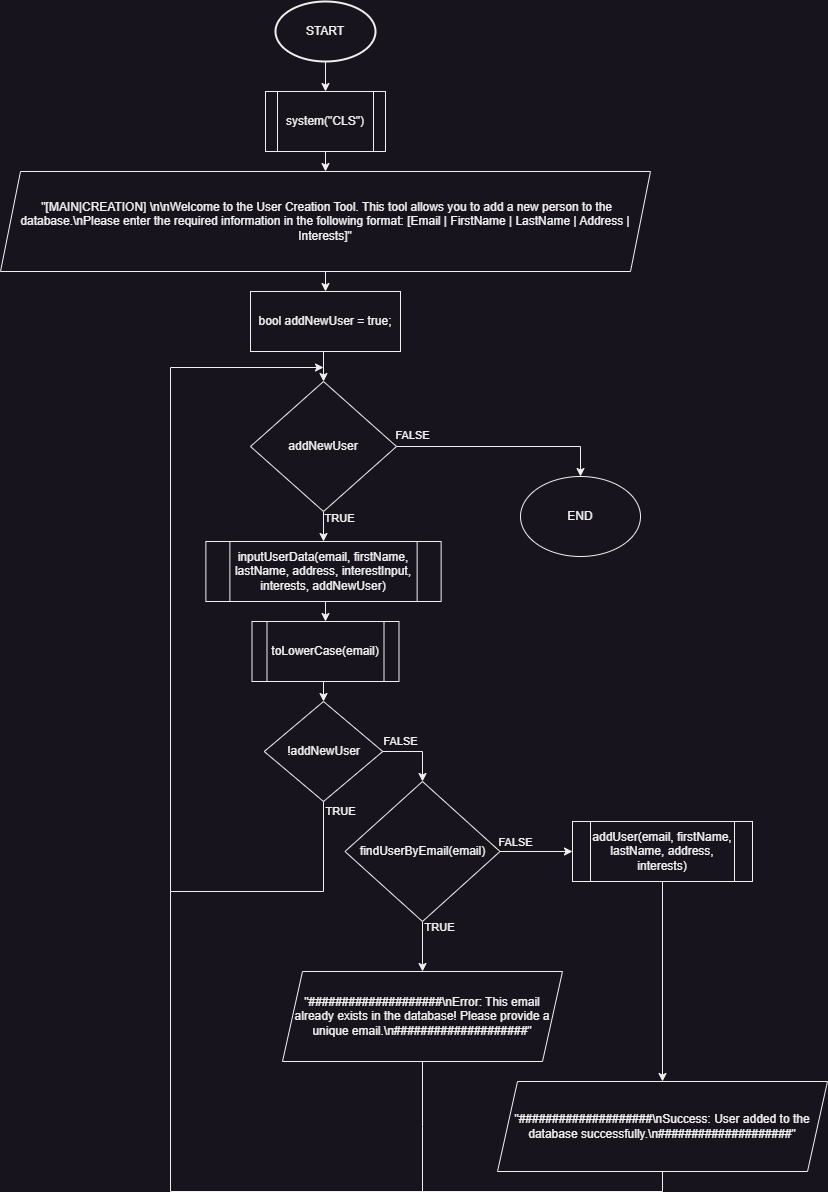
This is Doc/Block_Schemes/userCreator_DARK.png from HyperekDerg/HiveHub, a draw.io export, as it was before one commit. Source tidied: cells renumbered, new cells last; positions are measured from the earlier drawing's top-left corner, leaving out a move shared by most shapes.
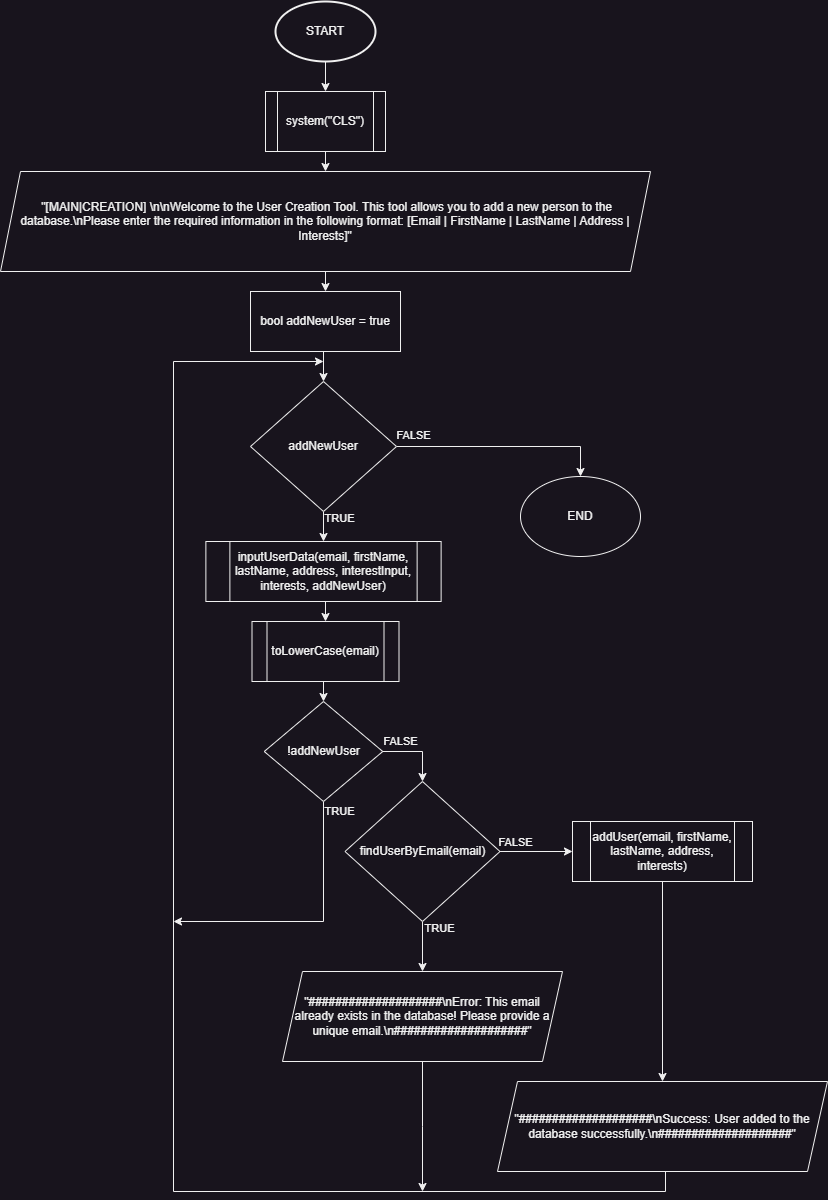
Later version of the same file.

What changed in the source:
```diff
@@ -23,7 +23,7 @@
     <mxCell id="8" style="edgeStyle=orthogonalEdgeStyle;rounded=0;jettySize=auto;html=1;exitX=0.5;exitY=1;exitDx=0;exitDy=0;entryX=0.5;entryY=0;entryDx=0;entryDy=0;" parent="1" edge="1" source="9" target="14">
       <mxGeometry relative="1" as="geometry" />
     </mxCell>
-    <mxCell id="9" value="bool addNewUser = true;" style="rounded=0;whiteSpace=wrap;html=1;" parent="1" vertex="1">
+    <mxCell id="9" value="bool addNewUser = true" style="rounded=0;whiteSpace=wrap;html=1;" parent="1" vertex="1">
       <mxGeometry x="250" y="290" width="150" height="60" as="geometry" />
     </mxCell>
     <mxCell id="10" style="edgeStyle=orthogonalEdgeStyle;rounded=0;jettySize=auto;html=1;exitX=1;exitY=0.5;exitDx=0;exitDy=0;entryX=0.5;entryY=0;entryDx=0;entryDy=0;" parent="1" edge="1" source="14" target="15">
@@ -68,6 +68,20 @@
         <mxPoint x="8" y="-10" as="offset" />
       </mxGeometry>
     </mxCell>
+    <mxCell id="36" style="edgeStyle=orthogonalEdgeStyle;rounded=0;jettySize=auto;html=1;exitX=0.5;exitY=1;exitDx=0;exitDy=0;" parent="1" edge="1" source="22">
+      <mxGeometry relative="1" as="geometry">
+        <mxPoint x="173" y="920" as="targetPoint" />
+        <Array as="points">
+          <mxPoint x="323" y="920" />
+          <mxPoint x="173" y="920" />
+        </Array>
+      </mxGeometry>
+    </mxCell>
+    <mxCell id="35" value="TRUE" style="edgeLabel;html=1;align=center;verticalAlign=middle;" parent="36" vertex="1">
+      <mxGeometry x="-0.91" relative="1" as="geometry">
+        <mxPoint x="16" y="-3" as="offset" />
+      </mxGeometry>
+    </mxCell>
     <mxCell id="22" value="!addNewUser" style="rhombus;whiteSpace=wrap;html=1;" parent="1" vertex="1">
       <mxGeometry x="263.8" y="700" width="118.5" height="100" as="geometry" />
     </mxCell>
@@ -90,7 +104,7 @@
     <mxCell id="27" value="findUserByEmail(email)" style="rhombus;whiteSpace=wrap;html=1;" parent="1" vertex="1">
       <mxGeometry x="344.5" y="780" width="155" height="140" as="geometry" />
     </mxCell>
-    <mxCell id="28" style="edgeStyle=orthogonalEdgeStyle;rounded=0;jettySize=auto;html=1;exitX=0.5;exitY=1;exitDx=0;exitDy=0;endArrow=none;endFill=0;" parent="1" edge="1" source="29">
+    <mxCell id="28" style="edgeStyle=orthogonalEdgeStyle;rounded=0;jettySize=auto;html=1;exitX=0.5;exitY=1;exitDx=0;exitDy=0;endArrow=classic;endFill=1;" parent="1" edge="1" source="29">
       <mxGeometry relative="1" as="geometry">
         <mxPoint x="422" y="1190" as="targetPoint" />
       </mxGeometry>
@@ -104,32 +118,18 @@
     <mxCell id="31" value="addUser(email, firstName, lastName, address, interests)" style="shape=process;whiteSpace=wrap;html=1;backgroundOutline=1;" parent="1" vertex="1">
       <mxGeometry x="572" y="820" width="180" height="60" as="geometry" />
     </mxCell>
-    <mxCell id="32" style="edgeStyle=orthogonalEdgeStyle;rounded=0;jettySize=auto;html=1;exitX=0.5;exitY=1;exitDx=0;exitDy=0;endArrow=none;endFill=0;" parent="1" edge="1" source="33">
+    <mxCell id="32" style="edgeStyle=orthogonalEdgeStyle;rounded=0;orthogonalLoop=1;jettySize=auto;html=1;exitX=0.5;exitY=1;exitDx=0;exitDy=0;endArrow=classic;endFill=1;" parent="1" edge="1">
       <mxGeometry relative="1" as="geometry">
-        <mxPoint x="170" y="890" as="targetPoint" />
+        <mxPoint x="665" y="1170" as="sourcePoint" />
+        <mxPoint x="323" y="360" as="targetPoint" />
         <Array as="points">
-          <mxPoint x="662" y="1190" />
-          <mxPoint x="170" y="1190" />
+          <mxPoint x="665" y="1190" />
+          <mxPoint x="173" y="1190" />
         </Array>
       </mxGeometry>
     </mxCell>
     <mxCell id="33" value="&quot;####################\nSuccess: User added to the database successfully.\n####################&quot;" style="shape=parallelogram;perimeter=parallelogramPerimeter;whiteSpace=wrap;html=1;fixedSize=1;" parent="1" vertex="1">
       <mxGeometry x="497" y="1080" width="330" height="90" as="geometry" />
     </mxCell>
-    <mxCell id="34" style="edgeStyle=orthogonalEdgeStyle;rounded=0;jettySize=auto;html=1;exitX=0.5;exitY=1;exitDx=0;exitDy=0;" parent="1" edge="1" source="22">
-      <mxGeometry relative="1" as="geometry">
-        <mxPoint x="323" y="366" as="targetPoint" />
-        <Array as="points">
-          <mxPoint x="323" y="890" />
-          <mxPoint x="170" y="890" />
-          <mxPoint x="170" y="366" />
-        </Array>
-      </mxGeometry>
-    </mxCell>
-    <mxCell id="35" value="TRUE" style="edgeLabel;html=1;align=center;verticalAlign=middle;" parent="34" vertex="1">
-      <mxGeometry x="-0.94" y="3" relative="1" as="geometry">
-        <mxPoint x="14" y="-16" as="offset" />
-      </mxGeometry>
-    </mxCell>
   </root>
 </mxGraphModel>
```
